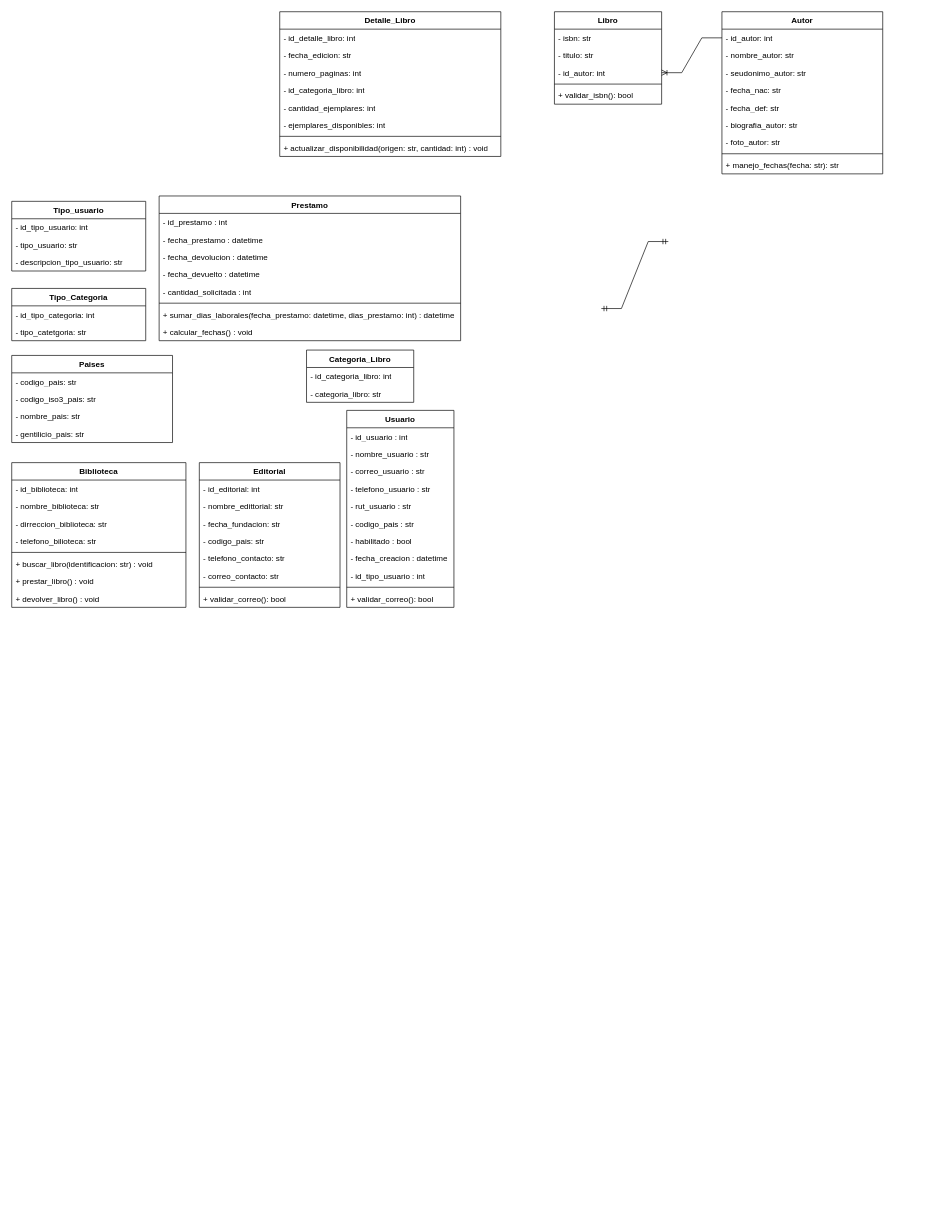
Earlier version of the draw.io diagram Diagrama.drawio (Leojgv/Biblioteca-POO). Source tidied: cells renumbered, new cells numbered last; positions are measured from the earlier drawing's top-left corner, leaving out a move shared by most shapes. Both pictures are drawn from the tidied source at 67%, with x=0, y=0 at pixel (11, 11).
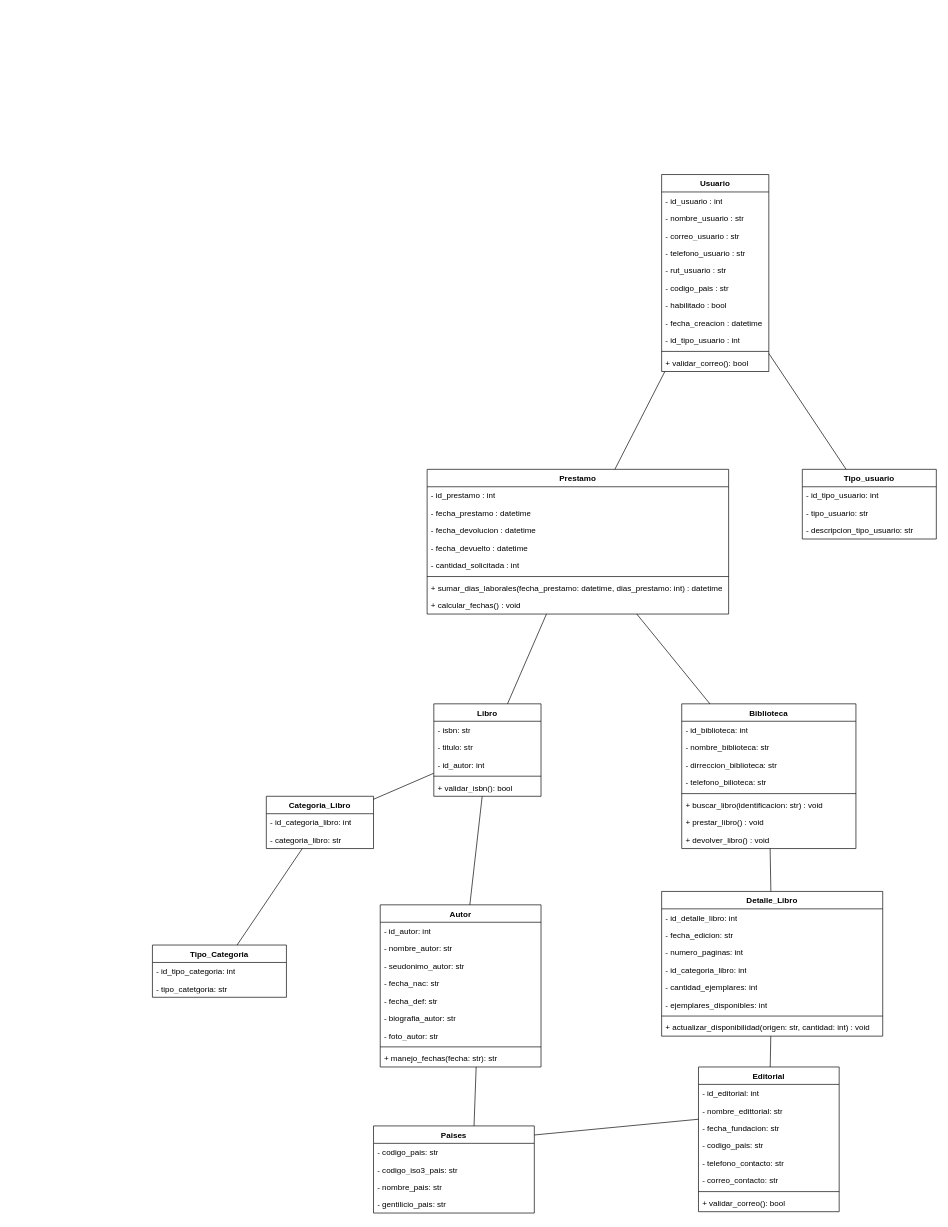
Above is the later version.

The change refers to these unchanged cells:
```xml
<mxCell id="10" value="- id_autor: int" style="text;strokeColor=none;fillColor=none;align=left;verticalAlign=top;spacingLeft=4;spacingRight=4;overflow=hidden;points=[[0,0.5],[1,0.5]];portConstraint=eastwest;whiteSpace=wrap;html=1;" parent="9" vertex="1">
  <mxGeometry y="26" width="240" height="26" as="geometry" />
</mxCell>
<mxCell id="27" value="- id_autor: int" style="text;strokeColor=none;fillColor=none;align=left;verticalAlign=top;spacingLeft=4;spacingRight=4;overflow=hidden;points=[[0,0.5],[1,0.5]];portConstraint=eastwest;whiteSpace=wrap;html=1;" parent="24" vertex="1">
  <mxGeometry y="78" width="160" height="26" as="geometry" />
</mxCell>
```

What changed in the source:
```diff
@@
     <mxCell id="2" value="Tipo_usuario" style="swimlane;fontStyle=1;align=center;verticalAlign=top;horizontal=1;startSize=26;whiteSpace=wrap;html=1;" parent="1" vertex="1">
-      <mxGeometry y="283" width="200" height="104" as="geometry" />
+      <mxGeometry x="1180" y="683" width="200" height="104" as="geometry" />
     </mxCell>
@@
     <mxCell id="6" value="Tipo_Categoria" style="swimlane;fontStyle=1;align=center;verticalAlign=top;horizontal=1;startSize=26;whiteSpace=wrap;html=1;" parent="1" vertex="1">
-      <mxGeometry y="413" width="200" height="78" as="geometry" />
+      <mxGeometry x="210" y="1393" width="200" height="78" as="geometry" />
     </mxCell>
@@
     <mxCell id="9" value="Autor" style="swimlane;fontStyle=1;align=center;verticalAlign=top;horizontal=1;startSize=26;whiteSpace=wrap;html=1;" parent="1" vertex="1">
-      <mxGeometry x="1060" width="240" height="242" as="geometry" />
+      <mxGeometry x="550" y="1333" width="240" height="242" as="geometry" />
     </mxCell>
@@
     <mxCell id="19" value="Paises" style="swimlane;fontStyle=1;align=center;verticalAlign=top;horizontal=1;startSize=26;whiteSpace=wrap;html=1;" parent="1" vertex="1">
-      <mxGeometry y="513" width="240" height="130" as="geometry" />
+      <mxGeometry x="540" y="1663" width="240" height="130" as="geometry" />
     </mxCell>
@@
     <mxCell id="24" value="Libro" style="swimlane;fontStyle=1;align=center;verticalAlign=top;horizontal=1;startSize=26;whiteSpace=wrap;html=1;" parent="1" vertex="1">
-      <mxGeometry x="810" width="160" height="138" as="geometry" />
+      <mxGeometry x="630" y="1033" width="160" height="138" as="geometry" />
     </mxCell>
@@
     <mxCell id="30" value="Editorial" style="swimlane;fontStyle=1;align=center;verticalAlign=top;horizontal=1;startSize=26;whiteSpace=wrap;html=1;" parent="1" vertex="1">
-      <mxGeometry x="280" y="673" width="210" height="216" as="geometry" />
+      <mxGeometry x="1025" y="1575" width="210" height="216" as="geometry" />
     </mxCell>
@@
     <mxCell id="39" value="Detalle_Libro" style="swimlane;fontStyle=1;align=center;verticalAlign=top;horizontal=1;startSize=26;whiteSpace=wrap;html=1;" parent="1" vertex="1">
-      <mxGeometry x="400" width="330" height="216" as="geometry" />
+      <mxGeometry x="970" y="1313" width="330" height="216" as="geometry" />
     </mxCell>
@@
     <mxCell id="48" value="Categoria_Libro" style="swimlane;fontStyle=1;align=center;verticalAlign=top;horizontal=1;startSize=26;whiteSpace=wrap;html=1;" parent="1" vertex="1">
-      <mxGeometry x="440" y="505" width="160" height="78" as="geometry" />
+      <mxGeometry x="380" y="1171" width="160" height="78" as="geometry" />
     </mxCell>
@@
     <mxCell id="51" value="Biblioteca" style="swimlane;fontStyle=1;align=center;verticalAlign=top;horizontal=1;startSize=26;whiteSpace=wrap;html=1;" parent="1" vertex="1">
-      <mxGeometry y="673" width="260" height="216" as="geometry" />
+      <mxGeometry x="1000" y="1033" width="260" height="216" as="geometry" />
     </mxCell>
@@
     <mxCell id="60" value="Prestamo" style="swimlane;fontStyle=1;align=center;verticalAlign=top;horizontal=1;startSize=26;whiteSpace=wrap;html=1;" parent="1" vertex="1">
-      <mxGeometry x="220" y="275" width="450" height="216" as="geometry" />
+      <mxGeometry x="620" y="683" width="450" height="216" as="geometry" />
     </mxCell>
@@
     <mxCell id="69" value="Usuario" style="swimlane;fontStyle=1;align=center;verticalAlign=top;horizontal=1;startSize=26;whiteSpace=wrap;html=1;" parent="1" vertex="1">
-      <mxGeometry x="500" y="595" width="160" height="294" as="geometry" />
+      <mxGeometry x="970" y="243" width="160" height="294" as="geometry" />
     </mxCell>
@@
-    <mxCell id="81" style="edgeStyle=entityRelationEdgeStyle;fontSize=12;html=1;endArrow=ERoneToMany;rounded=0;exitX=0;exitY=0.5;exitDx=0;exitDy=0;entryX=1;entryY=0.5;entryDx=0;entryDy=0;" parent="1" edge="1" source="10" target="27">
-      <mxGeometry relative="1" as="geometry" />
-    </mxCell>
-    <mxCell id="82" style="edgeStyle=entityRelationEdgeStyle;fontSize=12;html=1;endArrow=ERmandOne;startArrow=ERmandOne;rounded=0;" parent="1" edge="1">
-      <mxGeometry relative="1" as="geometry">
-        <mxPoint x="880" y="443" as="sourcePoint" />
-        <mxPoint x="980" y="343" as="targetPoint" />
-      </mxGeometry>
-    </mxCell>
+    <mxCell id="83" style="endArrow=none;html=1;rounded=0;" parent="1" edge="1">
+      <mxGeometry relative="1" as="geometry">
+        <mxPoint x="690" y="1663" as="sourcePoint" />
+        <mxPoint x="693.2" y="1575" as="targetPoint" />
+      </mxGeometry>
+    </mxCell>
+    <mxCell id="84" style="endArrow=none;html=1;rounded=0;" parent="1" edge="1">
+      <mxGeometry relative="1" as="geometry">
+        <mxPoint x="780" y="1676.5" as="sourcePoint" />
+        <mxPoint x="1025" y="1653" as="targetPoint" />
+      </mxGeometry>
+    </mxCell>
+    <mxCell id="85" style="endArrow=none;html=1;rounded=0;" parent="1" edge="1" source="6" target="48">
+      <mxGeometry relative="1" as="geometry" />
+    </mxCell>
+    <mxCell id="86" style="endArrow=none;html=1;rounded=0;" parent="1" edge="1" source="48" target="24">
+      <mxGeometry relative="1" as="geometry" />
+    </mxCell>
+    <mxCell id="87" style="endArrow=none;html=1;rounded=0;" parent="1" edge="1" source="24" target="60">
+      <mxGeometry relative="1" as="geometry" />
+    </mxCell>
+    <mxCell id="88" style="endArrow=none;html=1;rounded=0;" parent="1" edge="1" source="30" target="39">
+      <mxGeometry relative="1" as="geometry" />
+    </mxCell>
+    <mxCell id="89" style="endArrow=none;html=1;rounded=0;" parent="1" edge="1" source="51" target="60">
+      <mxGeometry relative="1" as="geometry" />
+    </mxCell>
+    <mxCell id="90" style="endArrow=none;html=1;rounded=0;" parent="1" edge="1" source="51" target="39">
+      <mxGeometry relative="1" as="geometry" />
+    </mxCell>
+    <mxCell id="91" style="endArrow=none;html=1;rounded=0;" parent="1" edge="1" source="9" target="24">
+      <mxGeometry relative="1" as="geometry" />
+    </mxCell>
+    <mxCell id="92" style="endArrow=none;html=1;rounded=0;" parent="1" edge="1" source="60" target="69">
+      <mxGeometry relative="1" as="geometry" />
+    </mxCell>
+    <mxCell id="93" style="endArrow=none;html=1;rounded=0;" parent="1" edge="1" source="2" target="69">
+      <mxGeometry relative="1" as="geometry" />
+    </mxCell>
```
